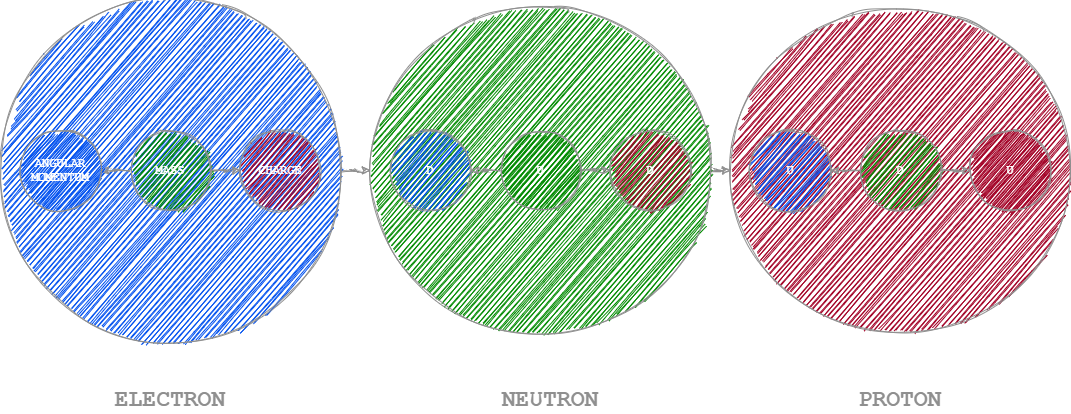
Earlier version of the draw.io export 0. Introduction/Resources/The Theory/The Theory-0.0.4.png (hassanhabib/The-Standard). Source tidied: cells renumbered, new cells last; positions are measured from the earlier drawing's top-left corner, leaving out a move shared by most shapes.
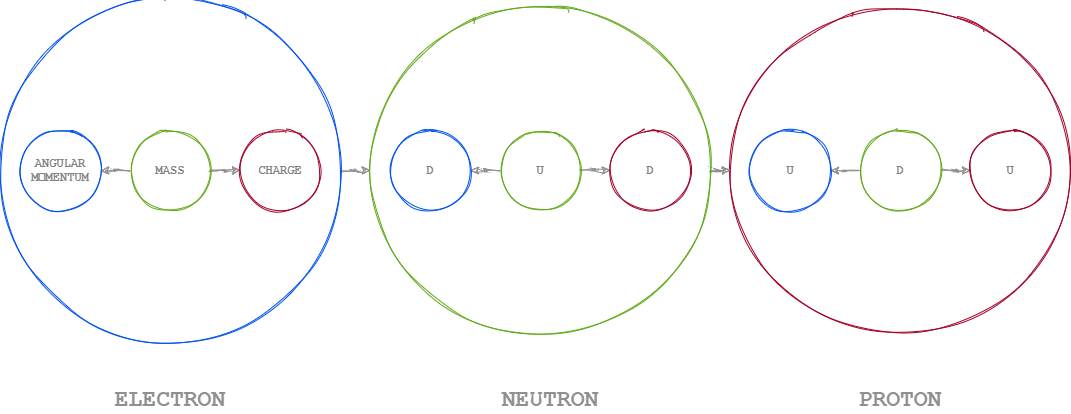
After the commit.

What changed in the source:
```diff
@@ -2,7 +2,7 @@
   <root>
     <mxCell id="0" />
     <mxCell id="1" parent="0" />
-    <mxCell id="2" style="ellipse;whiteSpace=wrap;html=1;rounded=1;sketch=1;fillColor=#a20025;fontColor=#ffffff;strokeColor=#8F8F8F;fontFamily=Courier New;fontStyle=1;" parent="1" vertex="1">
+    <mxCell id="2" style="ellipse;whiteSpace=wrap;html=1;rounded=1;sketch=1;fillColor=none;fontColor=#ffffff;strokeColor=#A20025;fontFamily=Courier New;fontStyle=1;" parent="1" vertex="1">
       <mxGeometry x="730" width="340" height="340" as="geometry" />
     </mxCell>
     <mxCell id="3" style="edgeStyle=orthogonalEdgeStyle;curved=1;rounded=1;sketch=1;jettySize=auto;html=1;strokeColor=#8F8F8F;fontFamily=Courier New;fontStyle=1;" parent="1" edge="1" source="5" target="6">
@@ -11,19 +11,19 @@
     <mxCell id="4" style="edgeStyle=orthogonalEdgeStyle;curved=1;rounded=1;sketch=1;jettySize=auto;html=1;strokeColor=#8F8F8F;fontFamily=Courier New;fontStyle=1;" parent="1" edge="1" source="5" target="7">
       <mxGeometry relative="1" as="geometry" />
     </mxCell>
-    <mxCell id="5" value="D" style="ellipse;whiteSpace=wrap;html=1;sketch=1;rounded=1;fillColor=#008a00;fontColor=#ffffff;strokeColor=#8F8F8F;fontFamily=Courier New;fontStyle=1;" parent="1" vertex="1">
+    <mxCell id="5" value="D" style="ellipse;whiteSpace=wrap;html=1;sketch=1;rounded=1;fillColor=none;fontColor=#808080;strokeColor=#60A917;fontFamily=Courier New;fontStyle=1;" parent="1" vertex="1">
       <mxGeometry x="860" y="130" width="80" height="80" as="geometry" />
     </mxCell>
-    <mxCell id="6" value="U" style="ellipse;whiteSpace=wrap;html=1;sketch=1;rounded=1;fillColor=#a20025;fontColor=#ffffff;strokeColor=#8F8F8F;fontFamily=Courier New;fontStyle=1;" parent="1" vertex="1">
+    <mxCell id="6" value="U" style="ellipse;whiteSpace=wrap;html=1;sketch=1;rounded=1;fillColor=none;fontColor=#808080;strokeColor=#A20025;fontFamily=Courier New;fontStyle=1;" parent="1" vertex="1">
       <mxGeometry x="970" y="130" width="80" height="80" as="geometry" />
     </mxCell>
-    <mxCell id="7" value="U" style="ellipse;whiteSpace=wrap;html=1;sketch=1;rounded=1;fillColor=#0050ef;fontColor=#ffffff;strokeColor=#8F8F8F;fontFamily=Courier New;fontStyle=1;" parent="1" vertex="1">
+    <mxCell id="7" value="U" style="ellipse;whiteSpace=wrap;html=1;sketch=1;rounded=1;fillColor=none;fontColor=#808080;strokeColor=#0050EF;fontFamily=Courier New;fontStyle=1;" parent="1" vertex="1">
       <mxGeometry x="750" y="130" width="80" height="80" as="geometry" />
     </mxCell>
     <mxCell id="8" style="edgeStyle=orthogonalEdgeStyle;curved=1;rounded=1;sketch=1;jettySize=auto;html=1;entryX=0;entryY=0.5;entryDx=0;entryDy=0;strokeColor=#8F8F8F;fontFamily=Courier New;fontStyle=1;" parent="1" edge="1" source="9" target="2">
       <mxGeometry relative="1" as="geometry" />
     </mxCell>
-    <mxCell id="9" style="ellipse;whiteSpace=wrap;html=1;rounded=1;sketch=1;fillColor=#008a00;fontColor=#ffffff;strokeColor=#8F8F8F;fontFamily=Courier New;fontStyle=1;" parent="1" vertex="1">
+    <mxCell id="9" style="ellipse;whiteSpace=wrap;html=1;rounded=1;sketch=1;fillColor=none;fontColor=#ffffff;strokeColor=#60A917;fontFamily=Courier New;fontStyle=1;" parent="1" vertex="1">
       <mxGeometry x="370" width="340" height="340" as="geometry" />
     </mxCell>
     <mxCell id="10" style="edgeStyle=orthogonalEdgeStyle;curved=1;rounded=1;sketch=1;jettySize=auto;html=1;strokeColor=#8F8F8F;fontFamily=Courier New;fontStyle=1;" parent="1" edge="1" source="12" target="13">
@@ -32,19 +32,19 @@
     <mxCell id="11" style="edgeStyle=orthogonalEdgeStyle;curved=1;rounded=1;sketch=1;jettySize=auto;html=1;strokeColor=#8F8F8F;fontFamily=Courier New;fontStyle=1;" parent="1" edge="1" source="12" target="14">
       <mxGeometry relative="1" as="geometry" />
     </mxCell>
-    <mxCell id="12" value="U" style="ellipse;whiteSpace=wrap;html=1;sketch=1;rounded=1;fillColor=#008a00;fontColor=#ffffff;strokeColor=#8F8F8F;fontFamily=Courier New;fontStyle=1;" parent="1" vertex="1">
+    <mxCell id="12" value="U" style="ellipse;whiteSpace=wrap;html=1;sketch=1;rounded=1;fillColor=none;fontColor=#808080;strokeColor=#60A917;fontFamily=Courier New;fontStyle=1;" parent="1" vertex="1">
       <mxGeometry x="500" y="130" width="80" height="80" as="geometry" />
     </mxCell>
-    <mxCell id="13" value="D" style="ellipse;whiteSpace=wrap;html=1;sketch=1;rounded=1;fillColor=#a20025;fontColor=#ffffff;strokeColor=#8F8F8F;fontFamily=Courier New;fontStyle=1;" parent="1" vertex="1">
+    <mxCell id="13" value="D" style="ellipse;whiteSpace=wrap;html=1;sketch=1;rounded=1;fillColor=none;fontColor=#808080;strokeColor=#A20025;fontFamily=Courier New;fontStyle=1;" parent="1" vertex="1">
       <mxGeometry x="610" y="130" width="80" height="80" as="geometry" />
     </mxCell>
-    <mxCell id="14" value="D" style="ellipse;whiteSpace=wrap;html=1;sketch=1;rounded=1;fillColor=#0050ef;fontColor=#ffffff;strokeColor=#8F8F8F;fontFamily=Courier New;fontStyle=1;" parent="1" vertex="1">
+    <mxCell id="14" value="D" style="ellipse;whiteSpace=wrap;html=1;sketch=1;rounded=1;fillColor=none;fontColor=#808080;strokeColor=#0050EF;fontFamily=Courier New;fontStyle=1;" parent="1" vertex="1">
       <mxGeometry x="390" y="130" width="80" height="80" as="geometry" />
     </mxCell>
     <mxCell id="15" style="edgeStyle=orthogonalEdgeStyle;curved=1;rounded=1;sketch=1;jettySize=auto;html=1;strokeColor=#8F8F8F;fontFamily=Courier New;fontStyle=1;" parent="1" edge="1" source="16" target="9">
       <mxGeometry relative="1" as="geometry" />
     </mxCell>
-    <mxCell id="16" style="ellipse;whiteSpace=wrap;html=1;rounded=1;sketch=1;fillColor=#0050ef;fontColor=#ffffff;strokeColor=#8F8F8F;fontFamily=Courier New;fontStyle=1;" parent="1" vertex="1">
+    <mxCell id="16" style="ellipse;whiteSpace=wrap;html=1;rounded=1;sketch=1;fillColor=none;fontColor=#ffffff;strokeColor=#0050EF;fontFamily=Courier New;fontStyle=1;" parent="1" vertex="1">
       <mxGeometry width="340" height="340" as="geometry" />
     </mxCell>
     <mxCell id="17" value="ELECTRON" style="text;html=1;fillColor=none;align=center;verticalAlign=middle;whiteSpace=wrap;rounded=0;sketch=1;fontColor=#8F8F8F;fontSize=23;fontFamily=Courier New;fontStyle=1;" parent="1" vertex="1">
@@ -62,13 +62,13 @@
     <mxCell id="21" style="edgeStyle=orthogonalEdgeStyle;curved=1;rounded=1;sketch=1;jettySize=auto;html=1;strokeColor=#8F8F8F;fontFamily=Courier New;fontStyle=1;" parent="1" edge="1" source="22" target="24">
       <mxGeometry relative="1" as="geometry" />
     </mxCell>
-    <mxCell id="22" value="MASS" style="ellipse;whiteSpace=wrap;html=1;sketch=1;rounded=1;fillColor=#008a00;fontColor=#ffffff;strokeColor=#8F8F8F;fontFamily=Courier New;fontStyle=1;" parent="1" vertex="1">
+    <mxCell id="22" value="&lt;font color=&quot;#808080&quot;&gt;MASS&lt;/font&gt;" style="ellipse;whiteSpace=wrap;html=1;sketch=1;rounded=1;fillColor=none;fontColor=#ffffff;strokeColor=#60A917;fontFamily=Courier New;fontStyle=1;" parent="1" vertex="1">
       <mxGeometry x="130" y="130" width="80" height="80" as="geometry" />
     </mxCell>
-    <mxCell id="23" value="CHARGE" style="ellipse;whiteSpace=wrap;html=1;sketch=1;rounded=1;fillColor=#a20025;fontColor=#ffffff;strokeColor=#8F8F8F;fontFamily=Courier New;fontStyle=1;" parent="1" vertex="1">
+    <mxCell id="23" value="&lt;font color=&quot;#808080&quot;&gt;CHARGE&lt;/font&gt;" style="ellipse;whiteSpace=wrap;html=1;sketch=1;rounded=1;fillColor=none;fontColor=#ffffff;strokeColor=#A20025;fontFamily=Courier New;fontStyle=1;" parent="1" vertex="1">
       <mxGeometry x="240" y="130" width="80" height="80" as="geometry" />
     </mxCell>
-    <mxCell id="24" value="ANGULAR MOMENTUM" style="ellipse;whiteSpace=wrap;html=1;sketch=1;rounded=1;fillColor=#0050ef;fontColor=#ffffff;strokeColor=#8F8F8F;fontFamily=Courier New;fontStyle=1;" parent="1" vertex="1">
+    <mxCell id="24" value="&lt;font color=&quot;#808080&quot;&gt;ANGULAR MOMENTUM&lt;/font&gt;" style="ellipse;whiteSpace=wrap;html=1;sketch=1;rounded=1;fillColor=none;fontColor=#ffffff;strokeColor=#0050EF;fontFamily=Courier New;fontStyle=1;" parent="1" vertex="1">
       <mxGeometry x="20" y="130" width="80" height="80" as="geometry" />
     </mxCell>
   </root>
```
